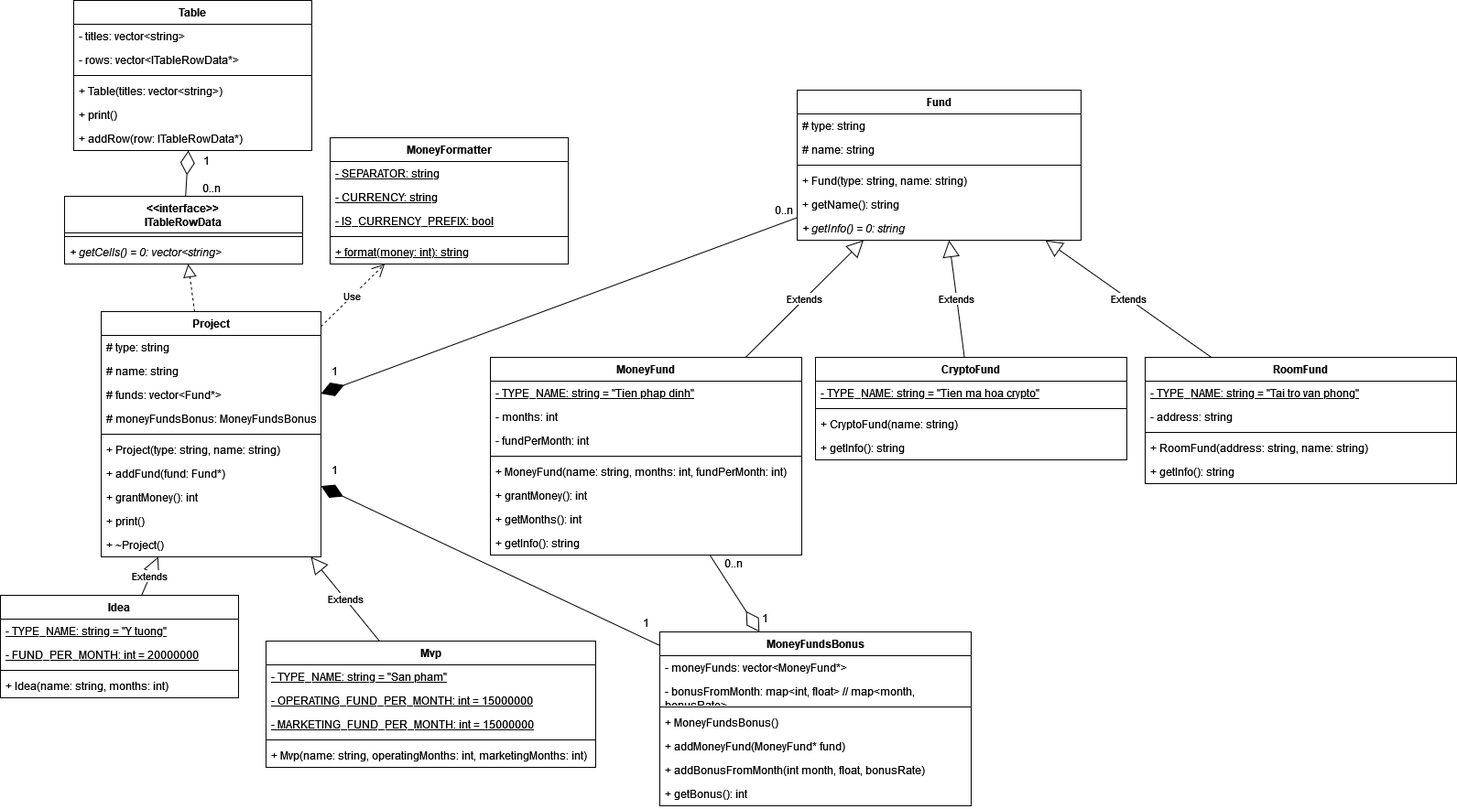
Before: OOP/2022-2023/OOP2022-2023.drawio.png, a diagram exported from draw.io (nguyenhongduc2411/Nostalgia). Source tidied: cells renumbered, new cells last; positions are measured from the earlier drawing's top-left corner, leaving out a move shared by most shapes.
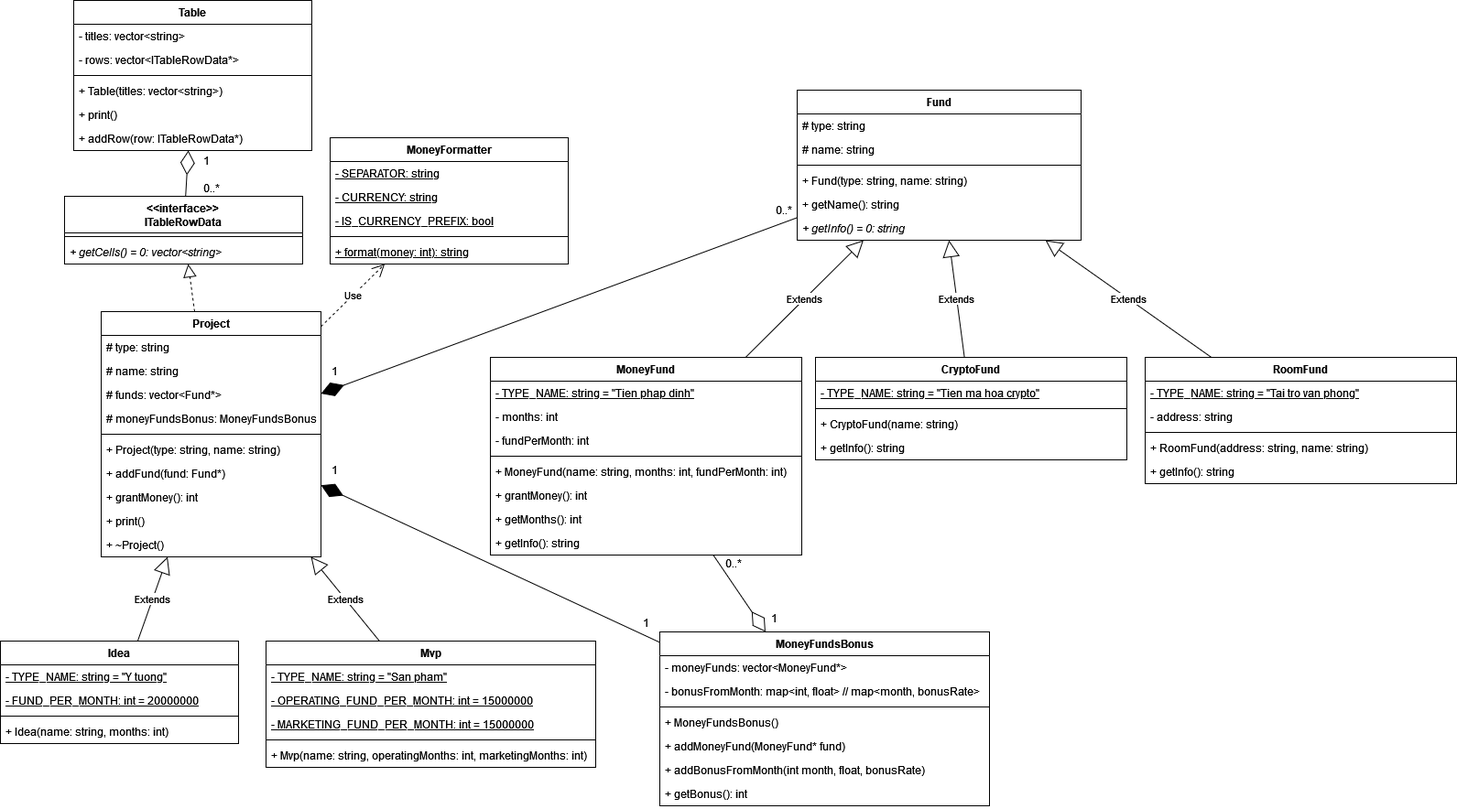
The same diagram one commit later.

Commit message:
fix(OOP/2022-2023): Minor fix to Class Diagram Cau3

Fix Multiplicty notation 0..n to 0..*

The edit, as a diff of the source:
```diff
@@ -36,7 +36,7 @@
       <mxGeometry y="242" width="240" height="26" as="geometry" />
     </mxCell>
     <mxCell id="13" value="Idea" style="swimlane;fontStyle=1;align=center;verticalAlign=top;horizontal=1;startSize=26;whiteSpace=wrap;html=1;" parent="1" vertex="1">
-      <mxGeometry y="650" width="260" height="112" as="geometry" />
+      <mxGeometry y="700" width="260" height="112" as="geometry" />
     </mxCell>
     <mxCell id="14" value="- TYPE_NAME: string = &quot;Y tuong&quot;" style="text;strokeColor=none;fillColor=none;align=left;verticalAlign=top;spacingLeft=4;spacingRight=4;overflow=hidden;whiteSpace=wrap;html=1;fontStyle=4;" parent="13" vertex="1">
       <mxGeometry y="26" width="260" height="26" as="geometry" />
@@ -107,7 +107,7 @@
     <mxCell id="36" value="1" style="text;html=1;align=center;verticalAlign=middle;strokeColor=none;fillColor=none;" parent="1" vertex="1">
       <mxGeometry x="350" y="390" width="30" height="30" as="geometry" />
     </mxCell>
-    <mxCell id="37" value="0..n" style="text;html=1;align=center;verticalAlign=middle;strokeColor=none;fillColor=none;" parent="1" vertex="1">
+    <mxCell id="37" value="0..*" style="text;html=1;align=center;verticalAlign=middle;strokeColor=none;fillColor=none;" parent="1" vertex="1">
       <mxGeometry x="835" y="214" width="40" height="30" as="geometry" />
     </mxCell>
     <mxCell id="38" value="MoneyFormatter" style="swimlane;fontStyle=1;align=center;verticalAlign=top;horizontal=1;startSize=26;whiteSpace=wrap;html=1;" parent="1" vertex="1">
@@ -170,7 +170,7 @@
     <mxCell id="57" value="1" style="text;html=1;align=center;verticalAlign=middle;strokeColor=none;fillColor=none;" parent="1" vertex="1">
       <mxGeometry x="210" y="160" width="30" height="30" as="geometry" />
     </mxCell>
-    <mxCell id="58" value="0..n" style="text;html=1;align=center;verticalAlign=middle;strokeColor=none;fillColor=none;" parent="1" vertex="1">
+    <mxCell id="58" value="0..*" style="text;html=1;align=center;verticalAlign=middle;strokeColor=none;fillColor=none;" parent="1" vertex="1">
       <mxGeometry x="210" y="190" width="40" height="30" as="geometry" />
     </mxCell>
     <mxCell id="59" value="Fund" style="swimlane;fontStyle=1;align=center;verticalAlign=top;horizontal=1;startSize=26;whiteSpace=wrap;html=1;" parent="1" vertex="1">
@@ -237,36 +237,36 @@
       <mxGeometry relative="1" as="geometry" />
     </mxCell>
     <mxCell id="80" value="MoneyFundsBonus" style="swimlane;fontStyle=1;align=center;verticalAlign=top;horizontal=1;startSize=26;whiteSpace=wrap;html=1;" parent="1" vertex="1">
-      <mxGeometry x="720" y="690" width="340" height="190" as="geometry" />
+      <mxGeometry x="720" y="690" width="360" height="190" as="geometry" />
     </mxCell>
     <mxCell id="81" value="- moneyFunds: vector&amp;lt;MoneyFund*&amp;gt;" style="text;strokeColor=none;fillColor=none;align=left;verticalAlign=top;spacingLeft=4;spacingRight=4;overflow=hidden;whiteSpace=wrap;html=1;" parent="80" vertex="1">
-      <mxGeometry y="26" width="340" height="26" as="geometry" />
+      <mxGeometry y="26" width="360" height="26" as="geometry" />
     </mxCell>
     <mxCell id="82" value="- bonusFromMonth: map&amp;lt;int, float&amp;gt; // map&amp;lt;month, bonusRate&amp;gt;" style="text;strokeColor=none;fillColor=none;align=left;verticalAlign=top;spacingLeft=4;spacingRight=4;overflow=hidden;whiteSpace=wrap;html=1;" parent="80" vertex="1">
-      <mxGeometry y="52" width="340" height="26" as="geometry" />
+      <mxGeometry y="52" width="360" height="26" as="geometry" />
     </mxCell>
     <mxCell id="83" style="line;strokeWidth=1;fillColor=none;align=left;verticalAlign=middle;spacingTop=-1;spacingLeft=3;spacingRight=3;labelPosition=right;strokeColor=inherit;" parent="80" vertex="1">
-      <mxGeometry y="78" width="340" height="8" as="geometry" />
+      <mxGeometry y="78" width="360" height="8" as="geometry" />
     </mxCell>
     <mxCell id="84" value="+ MoneyFundsBonus()" style="text;strokeColor=none;fillColor=none;align=left;verticalAlign=top;spacingLeft=4;spacingRight=4;overflow=hidden;whiteSpace=wrap;html=1;" parent="80" vertex="1">
-      <mxGeometry y="86" width="340" height="26" as="geometry" />
+      <mxGeometry y="86" width="360" height="26" as="geometry" />
     </mxCell>
     <mxCell id="85" value="&lt;div&gt;+ addMoneyFund(MoneyFund* fund)&lt;br&gt;&lt;/div&gt;" style="text;strokeColor=none;fillColor=none;align=left;verticalAlign=top;spacingLeft=4;spacingRight=4;overflow=hidden;whiteSpace=wrap;html=1;" parent="80" vertex="1">
-      <mxGeometry y="112" width="340" height="26" as="geometry" />
+      <mxGeometry y="112" width="360" height="26" as="geometry" />
     </mxCell>
     <mxCell id="86" value="+ addBonusFromMonth(int month, float, bonusRate)" style="text;strokeColor=none;fillColor=none;align=left;verticalAlign=top;spacingLeft=4;spacingRight=4;overflow=hidden;whiteSpace=wrap;html=1;" parent="80" vertex="1">
-      <mxGeometry y="138" width="340" height="26" as="geometry" />
+      <mxGeometry y="138" width="360" height="26" as="geometry" />
     </mxCell>
     <mxCell id="87" value="+ getBonus(): int" style="text;strokeColor=none;fillColor=none;align=left;verticalAlign=top;spacingLeft=4;spacingRight=4;overflow=hidden;whiteSpace=wrap;html=1;" parent="80" vertex="1">
-      <mxGeometry y="164" width="340" height="26" as="geometry" />
+      <mxGeometry y="164" width="360" height="26" as="geometry" />
     </mxCell>
     <mxCell id="88" style="endArrow=diamondThin;endFill=0;endSize=24;html=1;rounded=0;" parent="1" edge="1" source="26" target="80">
       <mxGeometry relative="1" as="geometry" />
     </mxCell>
     <mxCell id="89" value="1" style="text;html=1;align=center;verticalAlign=middle;strokeColor=none;fillColor=none;" parent="1" vertex="1">
-      <mxGeometry x="820" y="660" width="30" height="30" as="geometry" />
+      <mxGeometry x="830" y="660" width="30" height="30" as="geometry" />
     </mxCell>
-    <mxCell id="90" value="0..n" style="text;html=1;align=center;verticalAlign=middle;strokeColor=none;fillColor=none;" parent="1" vertex="1">
+    <mxCell id="90" value="0..*" style="text;html=1;align=center;verticalAlign=middle;strokeColor=none;fillColor=none;" parent="1" vertex="1">
       <mxGeometry x="780" y="600" width="40" height="30" as="geometry" />
     </mxCell>
     <mxCell id="91" style="endArrow=diamondThin;endFill=1;endSize=24;html=1;rounded=0;" parent="1" edge="1" source="80" target="2">
```
